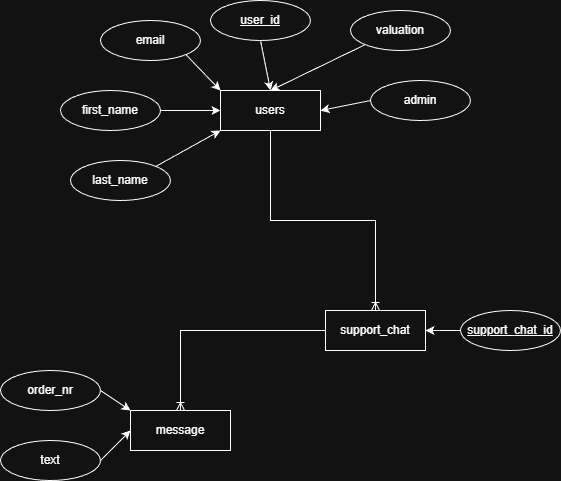
This is docs/Database schema.drawio.png from Minimal-Alexi/AWAS-Security-Backend, a draw.io export, as it was before one commit. Source tidied: cells renumbered, new cells last; positions are measured from the earlier drawing's top-left corner, leaving out a move shared by most shapes. The source it was exported from:
```xml
<mxGraphModel>
  <root>
    <mxCell id="0" />
    <mxCell id="1" parent="0" />
    <mxCell id="2" value="users" style="whiteSpace=wrap;html=1;align=center;" parent="1" vertex="1">
      <mxGeometry x="220" y="90" width="100" height="40" as="geometry" />
    </mxCell>
    <mxCell id="3" style="edgeStyle=none;rounded=0;jettySize=auto;html=1;exitX=0.5;exitY=1;exitDx=0;exitDy=0;entryX=0.5;entryY=0;entryDx=0;entryDy=0;" parent="1" edge="1" source="4" target="2">
      <mxGeometry relative="1" as="geometry" />
    </mxCell>
    <mxCell id="4" value="user_id" style="ellipse;whiteSpace=wrap;html=1;align=center;fontStyle=4;" parent="1" vertex="1">
      <mxGeometry x="210" width="100" height="40" as="geometry" />
    </mxCell>
    <mxCell id="5" style="edgeStyle=none;rounded=0;jettySize=auto;html=1;exitX=1;exitY=1;exitDx=0;exitDy=0;entryX=0;entryY=0;entryDx=0;entryDy=0;" parent="1" edge="1" source="6" target="2">
      <mxGeometry relative="1" as="geometry" />
    </mxCell>
    <mxCell id="6" value="email" style="ellipse;whiteSpace=wrap;html=1;align=center;" parent="1" vertex="1">
      <mxGeometry x="100" y="20" width="100" height="40" as="geometry" />
    </mxCell>
    <mxCell id="7" style="edgeStyle=none;rounded=0;jettySize=auto;html=1;exitX=1;exitY=0.5;exitDx=0;exitDy=0;entryX=0;entryY=0.5;entryDx=0;entryDy=0;" parent="1" edge="1" source="8" target="2">
      <mxGeometry relative="1" as="geometry" />
    </mxCell>
    <mxCell id="8" value="first_name" style="ellipse;whiteSpace=wrap;html=1;align=center;" parent="1" vertex="1">
      <mxGeometry x="60" y="90" width="100" height="40" as="geometry" />
    </mxCell>
    <mxCell id="9" style="edgeStyle=none;rounded=0;jettySize=auto;html=1;exitX=1;exitY=0;exitDx=0;exitDy=0;entryX=0;entryY=1;entryDx=0;entryDy=0;" parent="1" edge="1" source="10" target="2">
      <mxGeometry relative="1" as="geometry" />
    </mxCell>
    <mxCell id="10" value="last_name" style="ellipse;whiteSpace=wrap;html=1;align=center;" parent="1" vertex="1">
      <mxGeometry x="70" y="160" width="100" height="40" as="geometry" />
    </mxCell>
    <mxCell id="11" style="edgeStyle=none;rounded=0;jettySize=auto;html=1;exitX=0;exitY=1;exitDx=0;exitDy=0;entryX=0.5;entryY=0;entryDx=0;entryDy=0;" parent="1" edge="1" source="12" target="2">
      <mxGeometry relative="1" as="geometry" />
    </mxCell>
    <mxCell id="12" value="valuation" style="ellipse;whiteSpace=wrap;html=1;align=center;" parent="1" vertex="1">
      <mxGeometry x="350" y="10" width="100" height="40" as="geometry" />
    </mxCell>
    <mxCell id="13" style="edgeStyle=none;rounded=0;jettySize=auto;html=1;exitX=0;exitY=0.5;exitDx=0;exitDy=0;entryX=1;entryY=0.5;entryDx=0;entryDy=0;" parent="1" edge="1" source="14" target="2">
      <mxGeometry relative="1" as="geometry" />
    </mxCell>
    <mxCell id="14" value="admin" style="ellipse;whiteSpace=wrap;html=1;align=center;" parent="1" vertex="1">
      <mxGeometry x="370" y="80" width="100" height="40" as="geometry" />
    </mxCell>
    <mxCell id="15" value="support_chat" style="whiteSpace=wrap;html=1;align=center;" parent="1" vertex="1">
      <mxGeometry x="325" y="310" width="100" height="40" as="geometry" />
    </mxCell>
    <mxCell id="16" style="edgeStyle=orthogonalEdgeStyle;fontSize=12;html=1;endArrow=ERoneToMany;rounded=0;entryX=0.5;entryY=0;entryDx=0;entryDy=0;exitX=0.5;exitY=1;exitDx=0;exitDy=0;" parent="1" edge="1" source="2" target="15">
      <mxGeometry relative="1" as="geometry" />
    </mxCell>
    <mxCell id="17" value="message" style="whiteSpace=wrap;html=1;align=center;" parent="1" vertex="1">
      <mxGeometry x="130" y="410" width="100" height="40" as="geometry" />
    </mxCell>
    <mxCell id="18" style="edgeStyle=orthogonalEdgeStyle;fontSize=12;html=1;endArrow=ERoneToMany;rounded=0;entryX=0.5;entryY=0;entryDx=0;entryDy=0;exitX=0;exitY=0.5;exitDx=0;exitDy=0;" parent="1" edge="1" source="15" target="17">
      <mxGeometry relative="1" as="geometry" />
    </mxCell>
    <mxCell id="19" style="edgeStyle=none;rounded=0;jettySize=auto;html=1;exitX=0;exitY=0.5;exitDx=0;exitDy=0;entryX=1;entryY=0.5;entryDx=0;entryDy=0;" parent="1" edge="1" source="20" target="15">
      <mxGeometry relative="1" as="geometry" />
    </mxCell>
    <mxCell id="20" value="support_chat_id" style="ellipse;whiteSpace=wrap;html=1;align=center;fontStyle=4;" parent="1" vertex="1">
      <mxGeometry x="460" y="310" width="100" height="40" as="geometry" />
    </mxCell>
    <mxCell id="21" style="edgeStyle=none;rounded=0;jettySize=auto;html=1;exitX=1;exitY=0.5;exitDx=0;exitDy=0;entryX=0;entryY=0.5;entryDx=0;entryDy=0;" parent="1" edge="1" source="22" target="17">
      <mxGeometry relative="1" as="geometry" />
    </mxCell>
    <mxCell id="22" value="text" style="ellipse;whiteSpace=wrap;html=1;align=center;" parent="1" vertex="1">
      <mxGeometry y="440" width="100" height="40" as="geometry" />
    </mxCell>
    <mxCell id="23" style="edgeStyle=none;rounded=0;jettySize=auto;html=1;exitX=1;exitY=0.5;exitDx=0;exitDy=0;entryX=0;entryY=0;entryDx=0;entryDy=0;" parent="1" edge="1" source="24" target="17">
      <mxGeometry relative="1" as="geometry" />
    </mxCell>
    <mxCell id="24" value="order_nr" style="ellipse;whiteSpace=wrap;html=1;align=center;" parent="1" vertex="1">
      <mxGeometry y="370" width="100" height="40" as="geometry" />
    </mxCell>
  </root>
</mxGraphModel>
```
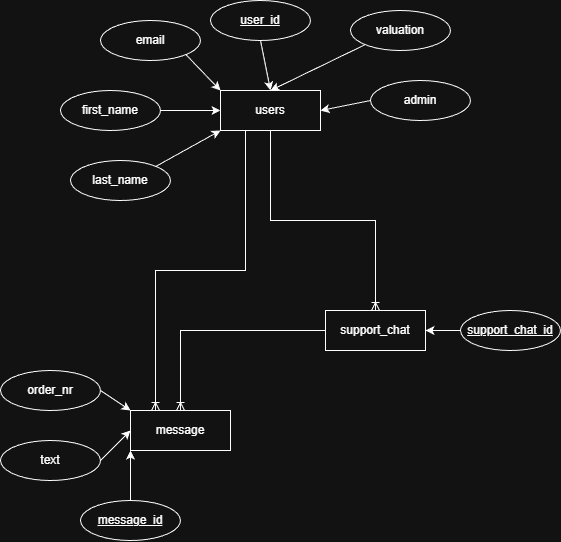
The same diagram one commit later.

Diff of the diagram source:
```diff
@@ -71,5 +71,14 @@
     <mxCell id="24" value="order_nr" style="ellipse;whiteSpace=wrap;html=1;align=center;" parent="1" vertex="1">
       <mxGeometry y="370" width="100" height="40" as="geometry" />
     </mxCell>
+    <mxCell id="25" style="edgeStyle=orthogonalEdgeStyle;rounded=0;jettySize=auto;html=1;exitX=0.5;exitY=0;exitDx=0;exitDy=0;entryX=0;entryY=1;entryDx=0;entryDy=0;" parent="1" edge="1" source="26" target="17">
+      <mxGeometry relative="1" as="geometry" />
+    </mxCell>
+    <mxCell id="26" value="message_id" style="ellipse;whiteSpace=wrap;html=1;align=center;fontStyle=4;" parent="1" vertex="1">
+      <mxGeometry x="80" y="500" width="100" height="40" as="geometry" />
+    </mxCell>
+    <mxCell id="27" style="edgeStyle=orthogonalEdgeStyle;fontSize=12;html=1;endArrow=ERoneToMany;rounded=0;entryX=0.25;entryY=0;entryDx=0;entryDy=0;exitX=0.25;exitY=1;exitDx=0;exitDy=0;" parent="1" edge="1" source="2" target="17">
+      <mxGeometry relative="1" as="geometry" />
+    </mxCell>
   </root>
 </mxGraphModel>
```
